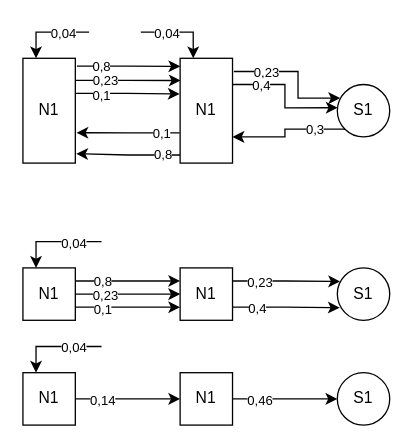
The draw.io diagram packages/thesis/src/content/riskreport-future-research.drawio in jornverhoeven/thesis-project, before the edit. Source tidied: cells renumbered, new cells numbered last; positions are measured from the earlier drawing's top-left corner, leaving out a move shared by most shapes. Both pictures are drawn from the tidied source at 131%, with x=0, y=0 at pixel (22, 31).
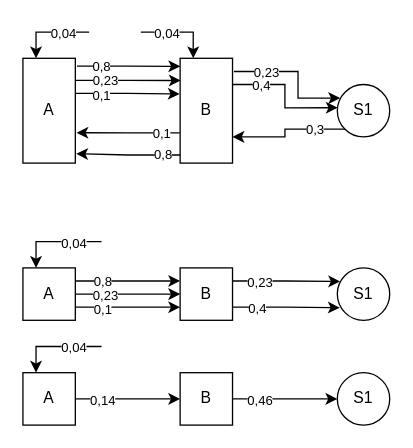
After the change.

Change to the diagram source:
```diff
@@
-    <mxCell id="8" value="N1" style="rounded=0;whiteSpace=wrap;html=1;" parent="1" vertex="1">
+    <mxCell id="8" value="A" style="rounded=0;whiteSpace=wrap;html=1;" parent="1" vertex="1">
       <mxGeometry y="180" width="40" height="40" as="geometry" />
     </mxCell>
-    <mxCell id="9" value="N1" style="rounded=0;whiteSpace=wrap;html=1;" parent="1" vertex="1">
+    <mxCell id="9" value="B" style="rounded=0;whiteSpace=wrap;html=1;" parent="1" vertex="1">
       <mxGeometry x="120" y="180" width="40" height="40" as="geometry" />
     </mxCell>
@@
-    <mxCell id="17" value="N1" style="rounded=0;whiteSpace=wrap;html=1;" parent="1" vertex="1">
+    <mxCell id="17" value="A" style="rounded=0;whiteSpace=wrap;html=1;" parent="1" vertex="1">
       <mxGeometry y="260" width="40" height="40" as="geometry" />
     </mxCell>
@@
-    <mxCell id="20" value="N1" style="rounded=0;whiteSpace=wrap;html=1;" parent="1" vertex="1">
+    <mxCell id="20" value="B" style="rounded=0;whiteSpace=wrap;html=1;" parent="1" vertex="1">
       <mxGeometry x="120" y="260" width="40" height="40" as="geometry" />
     </mxCell>
@@
-    <mxCell id="30" value="N1" style="rounded=0;whiteSpace=wrap;html=1;" parent="1" vertex="1">
+    <mxCell id="30" value="A" style="rounded=0;whiteSpace=wrap;html=1;" parent="1" vertex="1">
       <mxGeometry y="20" width="40" height="80" as="geometry" />
     </mxCell>
@@
-    <mxCell id="37" value="N1" style="rounded=0;whiteSpace=wrap;html=1;" parent="1" vertex="1">
+    <mxCell id="37" value="B" style="rounded=0;whiteSpace=wrap;html=1;" parent="1" vertex="1">
       <mxGeometry x="120" y="20" width="40" height="80" as="geometry" />
     </mxCell>
```
